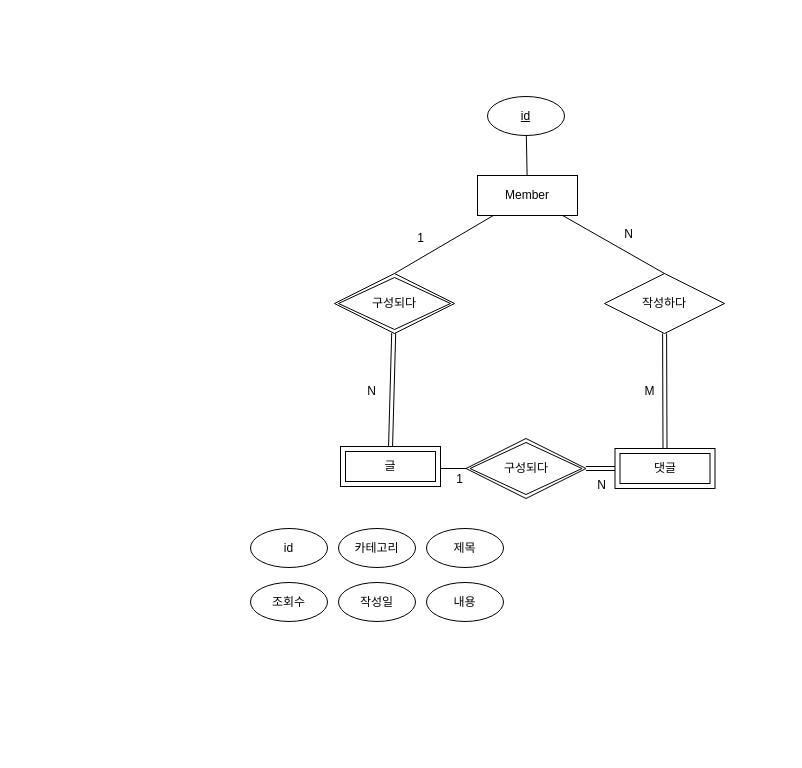
Above: DBArchitecture/koala_community.drawio in cobinding/draw.io_collection (draw.io), before the change. Source tidied: cells renumbered, new cells numbered last; positions are measured from the earlier drawing's top-left corner, leaving out a move shared by most shapes. Both pictures are drawn from the tidied source at 100%, with x=0, y=0 at pixel (250, 96).
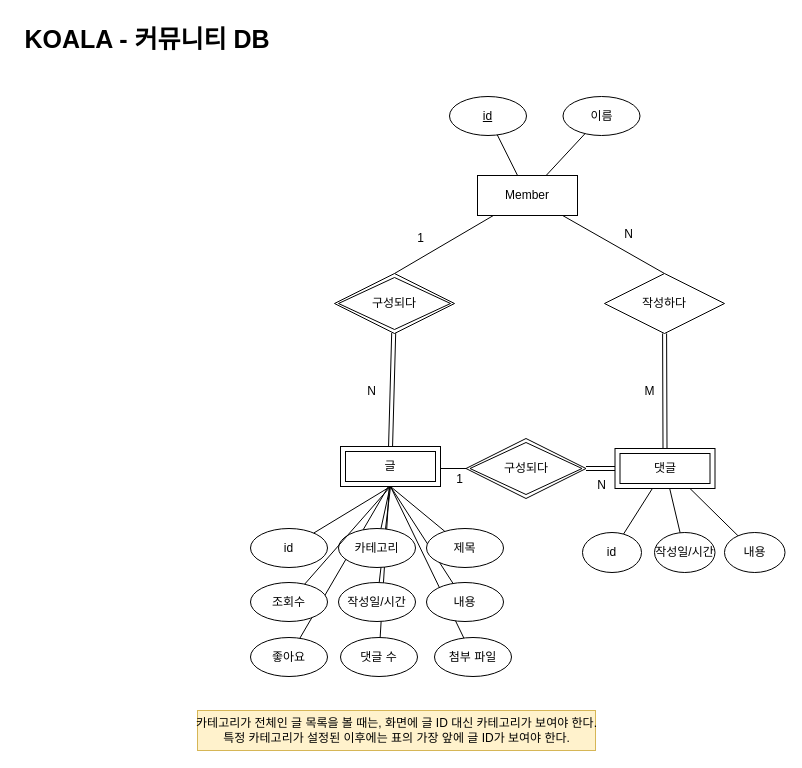
The same page after the edit.

The change refers to these unchanged cells:
```xml
<mxCell id="4" value="Member" style="whiteSpace=wrap;html=1;align=center;" parent="1" vertex="1">
  <mxGeometry x="227" y="79" width="100" height="40" as="geometry" />
</mxCell>
<mxCell id="6" value="댓글" style="shape=ext;margin=3;double=1;whiteSpace=wrap;html=1;align=center;" parent="1" vertex="1">
  <mxGeometry x="364.5" y="352" width="100" height="40" as="geometry" />
</mxCell>
<mxCell id="18" value="카테고리" style="ellipse;whiteSpace=wrap;html=1;align=center;" parent="1" vertex="1">
  <mxGeometry x="88" y="432" width="77" height="39" as="geometry" />
</mxCell>
<mxCell id="19" value="id" style="ellipse;whiteSpace=wrap;html=1;align=center;" parent="1" vertex="1">
  <mxGeometry y="432" width="77" height="39" as="geometry" />
</mxCell>
<mxCell id="20" value="조회수" style="ellipse;whiteSpace=wrap;html=1;align=center;" parent="1" vertex="1">
  <mxGeometry y="486" width="77" height="39" as="geometry" />
</mxCell>
<mxCell id="21" value="글" style="shape=ext;margin=3;double=1;whiteSpace=wrap;html=1;align=center;" parent="1" vertex="1">
  <mxGeometry x="90" y="350" width="100" height="40" as="geometry" />
</mxCell>
<mxCell id="26" value="제목" style="ellipse;whiteSpace=wrap;html=1;align=center;" parent="1" vertex="1">
  <mxGeometry x="176" y="432" width="77" height="39" as="geometry" />
</mxCell>
<mxCell id="27" value="내용" style="ellipse;whiteSpace=wrap;html=1;align=center;" parent="1" vertex="1">
  <mxGeometry x="176" y="486" width="77" height="39" as="geometry" />
</mxCell>
```

What changed in the source:
```diff
@@
+    <mxCell id="28" style="rounded=0;jettySize=auto;html=1;endArrow=none;endFill=0;entryX=0.5;entryY=1;entryDx=0;entryDy=0;" parent="1" edge="1" source="47" target="21">
+      <mxGeometry relative="1" as="geometry" />
+    </mxCell>
+    <mxCell id="29" style="rounded=0;jettySize=auto;html=1;endArrow=none;endFill=0;" parent="1" edge="1" source="46" target="21">
+      <mxGeometry relative="1" as="geometry" />
+    </mxCell>
+    <mxCell id="30" style="rounded=0;jettySize=auto;html=1;entryX=0.494;entryY=0.935;entryDx=0;entryDy=0;entryPerimeter=0;endArrow=none;endFill=0;" parent="1" edge="1" source="45" target="21">
+      <mxGeometry relative="1" as="geometry" />
+    </mxCell>
+    <mxCell id="31" style="rounded=0;jettySize=auto;html=1;entryX=0.5;entryY=1;entryDx=0;entryDy=0;endArrow=none;endFill=0;" parent="1" edge="1" source="27" target="21">
+      <mxGeometry relative="1" as="geometry" />
+    </mxCell>
+    <mxCell id="32" style="rounded=0;jettySize=auto;html=1;endArrow=none;endFill=0;entryX=0.5;entryY=1;entryDx=0;entryDy=0;" parent="1" edge="1" source="25" target="21">
+      <mxGeometry relative="1" as="geometry" />
+    </mxCell>
@@
+    <mxCell id="33" style="rounded=0;jettySize=auto;html=1;endArrow=none;endFill=0;entryX=0.502;entryY=0.935;entryDx=0;entryDy=0;entryPerimeter=0;" parent="1" edge="1" source="18" target="21">
+      <mxGeometry relative="1" as="geometry" />
+    </mxCell>
@@
+    <mxCell id="34" style="rounded=0;jettySize=auto;html=1;endArrow=none;endFill=0;entryX=0.5;entryY=1;entryDx=0;entryDy=0;" parent="1" edge="1" source="19" target="21">
+      <mxGeometry relative="1" as="geometry" />
+    </mxCell>
@@
     <mxCell id="24" value="&lt;u&gt;id&lt;/u&gt;" style="ellipse;whiteSpace=wrap;html=1;align=center;" parent="1" vertex="1">
-      <mxGeometry x="237" width="77" height="39" as="geometry" />
+      <mxGeometry x="199" width="77" height="39" as="geometry" />
     </mxCell>
-    <mxCell id="25" value="작성일" style="ellipse;whiteSpace=wrap;html=1;align=center;" parent="1" vertex="1">
+    <mxCell id="25" value="작성일/시간" style="ellipse;whiteSpace=wrap;html=1;align=center;" parent="1" vertex="1">
       <mxGeometry x="88" y="486" width="77" height="39" as="geometry" />
     </mxCell>
+    <mxCell id="35" style="rounded=0;jettySize=auto;html=1;endArrow=none;endFill=0;entryX=0.5;entryY=1;entryDx=0;entryDy=0;" parent="1" edge="1" source="26" target="21">
+      <mxGeometry relative="1" as="geometry" />
+    </mxCell>
@@
+    <mxCell id="36" value="카테고리가 전체인 글 목록을 볼 때는, 화면에 글 ID 대신 카테고리가 보여야 한다.&lt;div&gt;특정 카테고리가 설정된 이후에는 표의 가장 앞에 글 ID가 보여야 한다.&lt;/div&gt;" style="text;html=1;align=center;verticalAlign=middle;strokeColor=#d6b656;fillColor=#fff2cc;" parent="1" vertex="1">
+      <mxGeometry x="-53" y="614" width="398" height="40" as="geometry" />
+    </mxCell>
+    <mxCell id="37" style="rounded=0;jettySize=auto;html=1;endArrow=none;endFill=0;" parent="1" edge="1" source="38" target="6">
+      <mxGeometry relative="1" as="geometry" />
+    </mxCell>
+    <mxCell id="38" value="id" style="ellipse;whiteSpace=wrap;html=1;align=center;" parent="1" vertex="1">
+      <mxGeometry x="332" y="436" width="59" height="40" as="geometry" />
+    </mxCell>
+    <mxCell id="39" style="rounded=0;jettySize=auto;html=1;endArrow=none;endFill=0;" parent="1" edge="1" source="40" target="6">
+      <mxGeometry relative="1" as="geometry" />
+    </mxCell>
+    <mxCell id="40" value="작성일/시간" style="ellipse;whiteSpace=wrap;html=1;align=center;" parent="1" vertex="1">
+      <mxGeometry x="404" y="436" width="60.5" height="40" as="geometry" />
+    </mxCell>
+    <mxCell id="41" style="rounded=0;jettySize=auto;html=1;entryX=0.75;entryY=1;entryDx=0;entryDy=0;endArrow=none;endFill=0;" parent="1" edge="1" source="42" target="6">
+      <mxGeometry relative="1" as="geometry" />
+    </mxCell>
+    <mxCell id="42" value="내용" style="ellipse;whiteSpace=wrap;html=1;align=center;" parent="1" vertex="1">
+      <mxGeometry x="474" y="436" width="60.5" height="40" as="geometry" />
+    </mxCell>
+    <mxCell id="43" style="rounded=0;jettySize=auto;html=1;endArrow=none;endFill=0;" parent="1" edge="1" source="44" target="4">
+      <mxGeometry relative="1" as="geometry" />
+    </mxCell>
+    <mxCell id="44" value="이름" style="ellipse;whiteSpace=wrap;html=1;align=center;" parent="1" vertex="1">
+      <mxGeometry x="312.5" width="77" height="39" as="geometry" />
+    </mxCell>
+    <mxCell id="45" value="좋아요" style="ellipse;whiteSpace=wrap;html=1;align=center;" parent="1" vertex="1">
+      <mxGeometry y="541" width="77" height="39" as="geometry" />
+    </mxCell>
+    <mxCell id="46" value="댓글 수" style="ellipse;whiteSpace=wrap;html=1;align=center;" parent="1" vertex="1">
+      <mxGeometry x="90" y="541" width="77" height="39" as="geometry" />
+    </mxCell>
+    <mxCell id="47" value="첨부 파일" style="ellipse;whiteSpace=wrap;html=1;align=center;" parent="1" vertex="1">
+      <mxGeometry x="184" y="541" width="77" height="39" as="geometry" />
+    </mxCell>
+    <mxCell id="48" style="rounded=0;jettySize=auto;html=1;entryX=0.5;entryY=1;entryDx=0;entryDy=0;endArrow=none;endFill=0;" parent="1" edge="1" source="20" target="21">
+      <mxGeometry relative="1" as="geometry" />
+    </mxCell>
+    <mxCell id="49" value="&lt;b&gt;&lt;font style=&quot;font-size: 25px;&quot;&gt;KOALA - 커뮤니티 DB&amp;nbsp;&lt;/font&gt;&lt;/b&gt;" style="text;html=1;align=center;verticalAlign=middle;strokeColor=none;fillColor=none;" parent="1" vertex="1">
+      <mxGeometry x="-233" y="-79" width="265" height="42" as="geometry" />
+    </mxCell>
```
